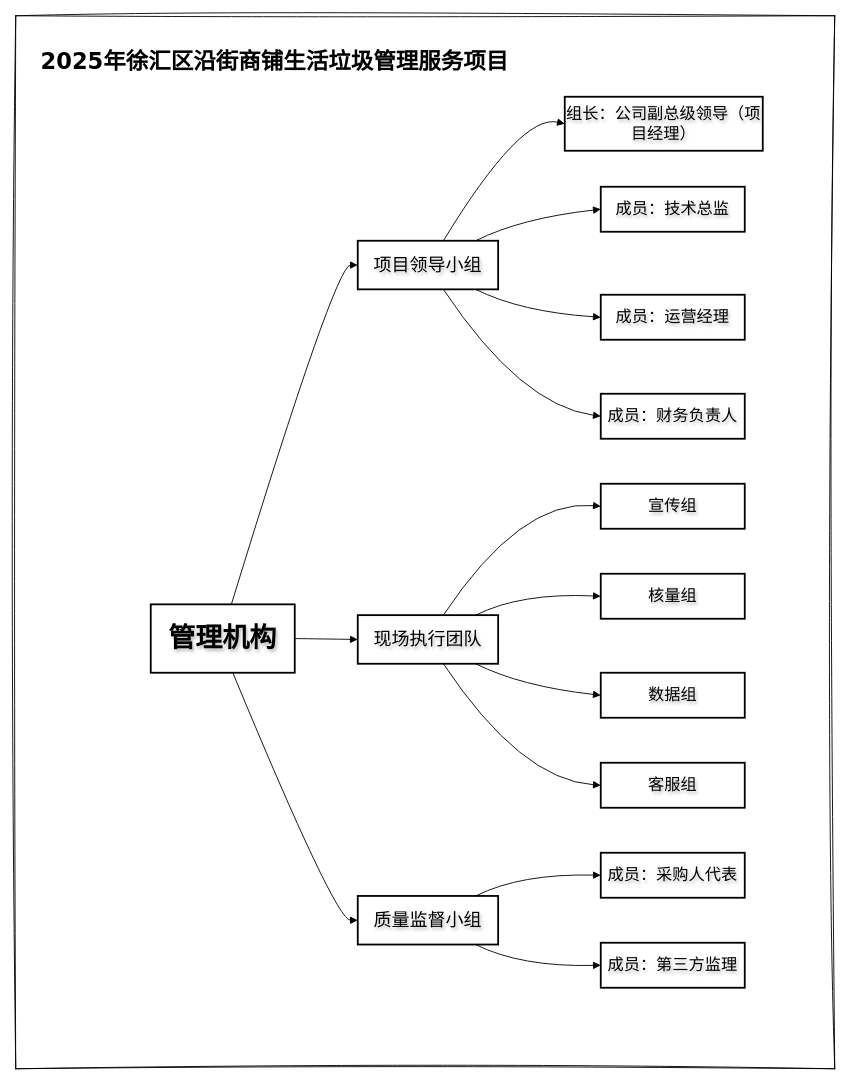
wss1801/test2 keeps this draw.io diagram as 未命名绘图.drawio. Above is the earlier version. Source tidied: cells renumbered, new cells numbered last; positions are measured from the earlier drawing's top-left corner, leaving out a move shared by most shapes. Both pictures are drawn from the tidied source at 90%, with x=0, y=0 at pixel (15, 15).
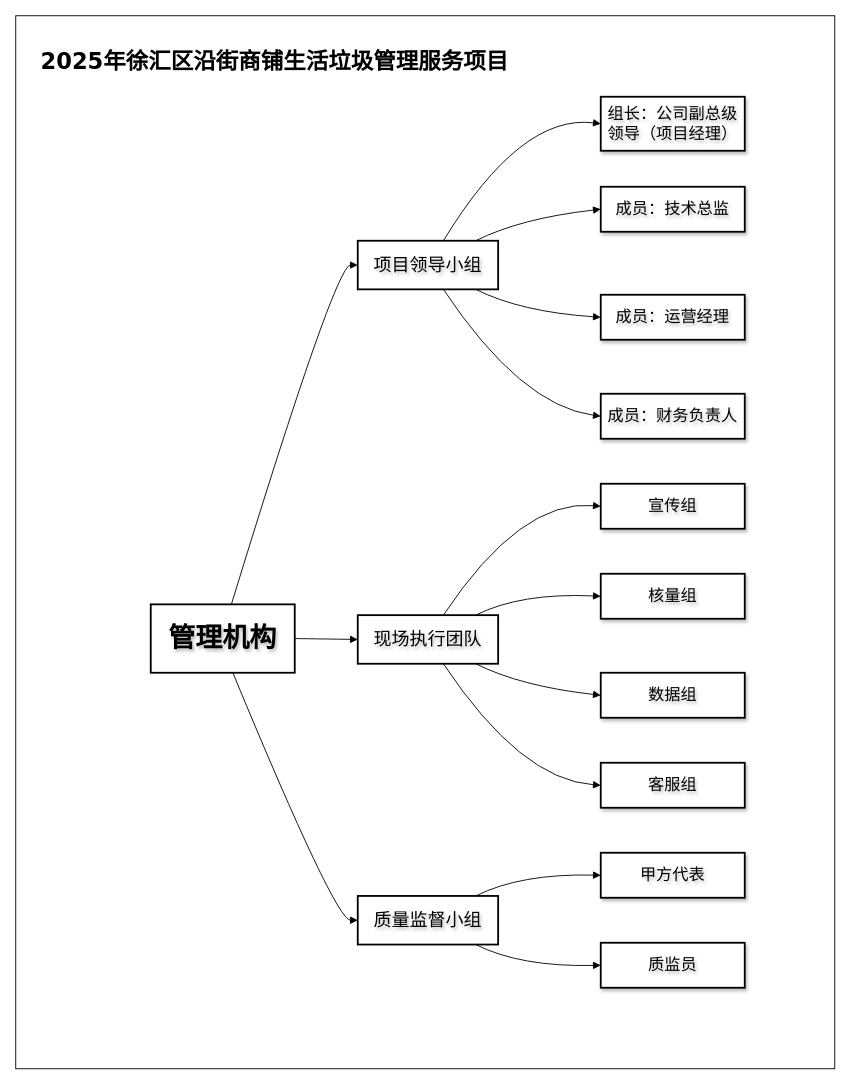
The same page after the edit.

Change to the diagram source:
```diff
@@
-    <mxCell id="2" value="&lt;div&gt;&lt;b&gt;&lt;font style=&quot;font-size: 25px;&quot;&gt;&lt;br&gt;&lt;/font&gt;&lt;/b&gt;&lt;/div&gt;&lt;div&gt;&lt;b style=&quot;background-color: transparent;&quot;&gt;&lt;font style=&quot;font-size: 25px;&quot;&gt;&amp;nbsp; &amp;nbsp;2025年徐汇区沿街商铺生活垃圾管理服务项目&lt;/font&gt;&lt;/b&gt;&lt;br&gt;&lt;/div&gt;" style="rounded=0;whiteSpace=wrap;html=1;sketch=1;hachureGap=4;jiggle=2;curveFitting=1;fontFamily=Verdana;verticalAlign=top;align=left;fontSize=20;fontColor=#000000;" parent="1" vertex="1">
+    <mxCell id="2" value="&lt;div&gt;&lt;b&gt;&lt;font style=&quot;font-size: 25px;&quot;&gt;&lt;br&gt;&lt;/font&gt;&lt;/b&gt;&lt;/div&gt;&lt;div&gt;&lt;b style=&quot;background-color: transparent;&quot;&gt;&lt;font style=&quot;font-size: 25px;&quot;&gt;&amp;nbsp; &amp;nbsp;2025年徐汇区沿街商铺生活垃圾管理服务项目&lt;/font&gt;&lt;/b&gt;&lt;br&gt;&lt;/div&gt;" style="rounded=0;whiteSpace=wrap;html=1;hachureGap=4;fontFamily=Verdana;verticalAlign=top;align=left;fontSize=20;fontColor=#000000;textShadow=0;" parent="1" vertex="1">
       <mxGeometry width="910" height="1170" as="geometry" />
     </mxCell>
@@
-    <mxCell id="7" value="组长：公司副总级领导（项目经理）" style="whiteSpace=wrap;strokeWidth=2;hachureGap=4;fontFamily=Architects Daughter;fontSize=18;fontStyle=0;textShadow=1;" parent="1" vertex="1">
-      <mxGeometry x="610" y="90" width="220" height="60" as="geometry" />
+    <mxCell id="7" value="组长：公司副总级领导（项目经理）" style="whiteSpace=wrap;strokeWidth=2;hachureGap=4;fontFamily=Architects Daughter;fontSize=18;fontStyle=0;textShadow=1;shadow=1;" parent="1" vertex="1">
+      <mxGeometry x="650" y="90" width="160" height="60" as="geometry" />
     </mxCell>
-    <mxCell id="8" value="成员：技术总监" style="whiteSpace=wrap;strokeWidth=2;hachureGap=4;fontFamily=Architects Daughter;fontSize=18;fontStyle=0;textShadow=1;" parent="1" vertex="1">
+    <mxCell id="8" value="成员：技术总监" style="whiteSpace=wrap;strokeWidth=2;hachureGap=4;fontFamily=Architects Daughter;fontSize=18;fontStyle=0;textShadow=1;shadow=1;" parent="1" vertex="1">
       <mxGeometry x="650" y="190" width="160" height="50" as="geometry" />
     </mxCell>
-    <mxCell id="9" value="成员：运营经理" style="whiteSpace=wrap;strokeWidth=2;hachureGap=4;fontFamily=Architects Daughter;fontSize=18;fontStyle=0;textShadow=1;" parent="1" vertex="1">
+    <mxCell id="9" value="成员：运营经理" style="whiteSpace=wrap;strokeWidth=2;hachureGap=4;fontFamily=Architects Daughter;fontSize=18;fontStyle=0;textShadow=1;shadow=1;" parent="1" vertex="1">
       <mxGeometry x="650" y="310" width="160" height="50" as="geometry" />
     </mxCell>
-    <mxCell id="10" value="成员：财务负责人" style="whiteSpace=wrap;strokeWidth=2;hachureGap=4;fontFamily=Architects Daughter;fontSize=18;fontStyle=0;textShadow=1;" parent="1" vertex="1">
+    <mxCell id="10" value="成员：财务负责人" style="whiteSpace=wrap;strokeWidth=2;hachureGap=4;fontFamily=Architects Daughter;fontSize=18;fontStyle=0;textShadow=1;shadow=1;" parent="1" vertex="1">
       <mxGeometry x="650" y="420" width="160" height="50" as="geometry" />
     </mxCell>
-    <mxCell id="11" value="宣传组" style="whiteSpace=wrap;strokeWidth=2;hachureGap=4;fontFamily=Architects Daughter;fontSize=18;fontStyle=0;textShadow=1;" parent="1" vertex="1">
+    <mxCell id="11" value="宣传组" style="whiteSpace=wrap;strokeWidth=2;hachureGap=4;fontFamily=Architects Daughter;fontSize=18;fontStyle=0;textShadow=1;shadow=1;" parent="1" vertex="1">
       <mxGeometry x="650" y="520" width="160" height="50" as="geometry" />
     </mxCell>
-    <mxCell id="12" value="核量组" style="whiteSpace=wrap;strokeWidth=2;hachureGap=4;fontFamily=Architects Daughter;fontSize=18;fontStyle=0;textShadow=1;" parent="1" vertex="1">
+    <mxCell id="12" value="核量组" style="whiteSpace=wrap;strokeWidth=2;hachureGap=4;fontFamily=Architects Daughter;fontSize=18;fontStyle=0;textShadow=1;shadow=1;" parent="1" vertex="1">
       <mxGeometry x="650" y="620" width="160" height="50" as="geometry" />
     </mxCell>
-    <mxCell id="13" value="数据组" style="whiteSpace=wrap;strokeWidth=2;hachureGap=4;fontFamily=Architects Daughter;fontSize=18;fontStyle=0;textShadow=1;" parent="1" vertex="1">
+    <mxCell id="13" value="数据组" style="whiteSpace=wrap;strokeWidth=2;hachureGap=4;fontFamily=Architects Daughter;fontSize=18;fontStyle=0;textShadow=1;shadow=1;" parent="1" vertex="1">
       <mxGeometry x="650" y="730" width="160" height="50" as="geometry" />
     </mxCell>
-    <mxCell id="14" value="客服组" style="whiteSpace=wrap;strokeWidth=2;hachureGap=4;fontFamily=Architects Daughter;fontSize=18;fontStyle=0;textShadow=1;" parent="1" vertex="1">
+    <mxCell id="14" value="客服组" style="whiteSpace=wrap;strokeWidth=2;hachureGap=4;fontFamily=Architects Daughter;fontSize=18;fontStyle=0;textShadow=1;shadow=1;" parent="1" vertex="1">
       <mxGeometry x="650" y="830" width="160" height="50" as="geometry" />
     </mxCell>
-    <mxCell id="15" value="成员：采购人代表" style="whiteSpace=wrap;strokeWidth=2;hachureGap=4;fontFamily=Architects Daughter;fontSize=18;fontStyle=0;textShadow=1;" parent="1" vertex="1">
+    <mxCell id="15" value="甲方代表" style="whiteSpace=wrap;strokeWidth=2;hachureGap=4;fontFamily=Architects Daughter;fontSize=18;fontStyle=0;textShadow=1;shadow=1;" parent="1" vertex="1">
       <mxGeometry x="650" y="930" width="160" height="50" as="geometry" />
     </mxCell>
-    <mxCell id="16" value="成员：第三方监理" style="whiteSpace=wrap;strokeWidth=2;hachureGap=4;fontFamily=Architects Daughter;fontSize=18;fontStyle=0;textShadow=1;" parent="1" vertex="1">
+    <mxCell id="16" value="质监员" style="whiteSpace=wrap;strokeWidth=2;hachureGap=4;fontFamily=Architects Daughter;fontSize=18;fontStyle=0;textShadow=1;shadow=1;" parent="1" vertex="1">
       <mxGeometry x="650" y="1030" width="160" height="50" as="geometry" />
     </mxCell>
```
